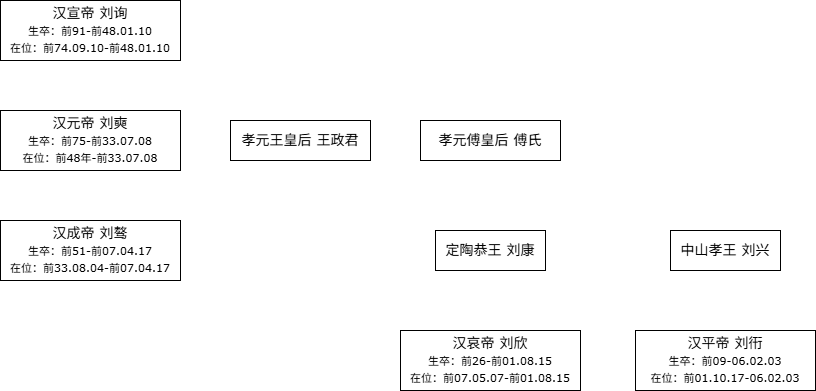
Before: pic/西汉历代皇帝.drawio.png, a diagram exported from draw.io (guxdong/imgrepo). Source tidied: cells renumbered, new cells last; positions are measured from the earlier drawing's top-left corner, leaving out a move shared by most shapes.
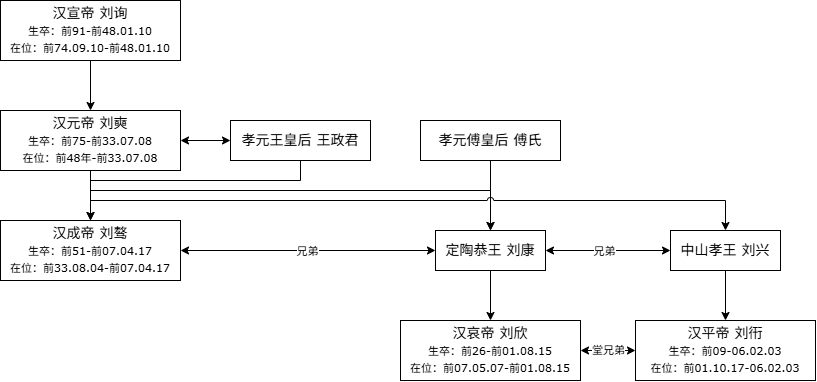
Later version of the same file.

Commit message:
更新西汉历代皇帝.drawio.png

The edit, as a diff of the source:
```diff
@@ -24,10 +24,76 @@
       <mxGeometry x="670" y="230" width="110" height="40" as="geometry" />
     </mxCell>
     <mxCell id="9" value="汉平帝 刘衎&lt;br&gt;&lt;div&gt;&lt;font style=&quot;font-size: 11px;&quot;&gt;生卒：前09-06.02.03&lt;/font&gt;&lt;/div&gt;&lt;div&gt;&lt;font style=&quot;font-size: 11px;&quot;&gt;在位：&lt;/font&gt;&lt;span style=&quot;background-color: transparent; font-size: 11px;&quot;&gt;前01.10.17-&lt;/span&gt;&lt;span style=&quot;background-color: transparent; font-size: 11px;&quot;&gt;06.02.03&lt;/span&gt;&lt;/div&gt;" style="rounded=0;whiteSpace=wrap;html=1;fontFamily=Verdana;fontSize=14;" parent="1" vertex="1">
-      <mxGeometry x="635" y="330" width="180" height="60" as="geometry" />
+      <mxGeometry x="635" y="320" width="180" height="60" as="geometry" />
     </mxCell>
     <mxCell id="10" value="汉哀帝 刘欣&lt;div&gt;&lt;font style=&quot;font-size: 11px;&quot;&gt;生卒：前26-前01.08.15&lt;/font&gt;&lt;/div&gt;&lt;div&gt;&lt;font style=&quot;font-size: 11px;&quot;&gt;在位：&lt;/font&gt;&lt;span style=&quot;background-color: transparent; font-size: 11px;&quot;&gt;前07.05.07-前01.08.15&lt;/span&gt;&lt;/div&gt;" style="rounded=0;whiteSpace=wrap;html=1;fontFamily=Verdana;fontSize=14;" parent="1" vertex="1">
-      <mxGeometry x="400" y="330" width="180" height="60" as="geometry" />
+      <mxGeometry x="400" y="320" width="180" height="60" as="geometry" />
     </mxCell>
+    <mxCell id="11" style="endArrow=classic;html=1;rounded=0;exitX=0.5;exitY=1;exitDx=0;exitDy=0;entryX=0.5;entryY=0;entryDx=0;entryDy=0;" parent="1" edge="1" source="2" target="3">
+      <mxGeometry relative="1" as="geometry" />
+    </mxCell>
+    <mxCell id="12" style="endArrow=classic;html=1;rounded=0;exitX=0.5;exitY=1;exitDx=0;exitDy=0;entryX=0.5;entryY=0;entryDx=0;entryDy=0;" parent="1" edge="1" source="3" target="6">
+      <mxGeometry relative="1" as="geometry" />
+    </mxCell>
+    <mxCell id="13" style="endArrow=classic;startArrow=classic;html=1;rounded=0;exitX=1;exitY=0.5;exitDx=0;exitDy=0;entryX=0;entryY=0.5;entryDx=0;entryDy=0;" parent="1" edge="1" source="3" target="4">
+      <mxGeometry relative="1" as="geometry" />
+    </mxCell>
+    <mxCell id="14" style="endArrow=classic;html=1;rounded=0;exitX=0.5;exitY=1;exitDx=0;exitDy=0;entryX=0.5;entryY=0;entryDx=0;entryDy=0;edgeStyle=orthogonalEdgeStyle;" parent="1" edge="1" source="4" target="6">
+      <mxGeometry relative="1" as="geometry">
+        <Array as="points">
+          <mxPoint x="300" y="180" />
+          <mxPoint x="90" y="180" />
+        </Array>
+      </mxGeometry>
+    </mxCell>
+    <mxCell id="15" style="endArrow=classic;html=1;rounded=0;exitX=0.5;exitY=1;exitDx=0;exitDy=0;entryX=0.5;entryY=0;entryDx=0;entryDy=0;edgeStyle=orthogonalEdgeStyle;jumpStyle=arc;" parent="1" edge="1" source="3" target="7">
+      <mxGeometry relative="1" as="geometry">
+        <Array as="points">
+          <mxPoint x="90" y="190" />
+          <mxPoint x="490" y="190" />
+        </Array>
+      </mxGeometry>
+    </mxCell>
+    <mxCell id="16" style="endArrow=classic;html=1;rounded=0;exitX=0.5;exitY=1;exitDx=0;exitDy=0;entryX=0.5;entryY=0;entryDx=0;entryDy=0;" parent="1" edge="1" source="5" target="7">
+      <mxGeometry relative="1" as="geometry" />
+    </mxCell>
+    <mxCell id="17" style="endArrow=classic;html=1;rounded=0;exitX=0.5;exitY=1;exitDx=0;exitDy=0;entryX=0.5;entryY=0;entryDx=0;entryDy=0;edgeStyle=orthogonalEdgeStyle;jumpStyle=arc;" parent="1" edge="1" source="3" target="8">
+      <mxGeometry relative="1" as="geometry">
+        <Array as="points">
+          <mxPoint x="90" y="200" />
+          <mxPoint x="725" y="200" />
+        </Array>
+      </mxGeometry>
+    </mxCell>
+    <mxCell id="18" style="endArrow=classic;startArrow=classic;html=1;rounded=0;exitX=1;exitY=0.5;exitDx=0;exitDy=0;entryX=0;entryY=0.5;entryDx=0;entryDy=0;" parent="1" edge="1" source="6" target="7">
+      <mxGeometry relative="1" as="geometry" />
+    </mxCell>
+    <mxCell id="19" value="&lt;font face=&quot;Verdana&quot;&gt;兄弟&lt;/font&gt;" style="edgeLabel;html=1;align=center;verticalAlign=middle;" parent="18" vertex="1">
+      <mxGeometry x="-0.02" relative="1" as="geometry">
+        <mxPoint x="1" as="offset" />
+      </mxGeometry>
+    </mxCell>
+    <mxCell id="20" style="endArrow=classic;startArrow=classic;html=1;rounded=0;exitX=1;exitY=0.5;exitDx=0;exitDy=0;entryX=0;entryY=0.5;entryDx=0;entryDy=0;" parent="1" edge="1" source="7" target="8">
+      <mxGeometry relative="1" as="geometry" />
+    </mxCell>
+    <mxCell id="21" value="&lt;font face=&quot;Verdana&quot;&gt;兄弟&lt;/font&gt;" style="edgeLabel;html=1;align=center;verticalAlign=middle;" parent="20" vertex="1">
+      <mxGeometry x="-0.08" y="1" relative="1" as="geometry">
+        <mxPoint y="1" as="offset" />
+      </mxGeometry>
+    </mxCell>
+    <mxCell id="22" style="endArrow=classic;html=1;rounded=0;exitX=0.5;exitY=1;exitDx=0;exitDy=0;entryX=0.5;entryY=0;entryDx=0;entryDy=0;" parent="1" edge="1" source="7" target="10">
+      <mxGeometry relative="1" as="geometry" />
+    </mxCell>
+    <mxCell id="23" style="endArrow=classic;html=1;rounded=0;exitX=0.5;exitY=1;exitDx=0;exitDy=0;entryX=0.5;entryY=0;entryDx=0;entryDy=0;" parent="1" edge="1" source="8" target="9">
+      <mxGeometry relative="1" as="geometry" />
+    </mxCell>
+    <mxCell id="24" style="endArrow=classic;startArrow=classic;html=1;rounded=0;exitX=1;exitY=0.5;exitDx=0;exitDy=0;entryX=0;entryY=0.5;entryDx=0;entryDy=0;" parent="1" edge="1" source="10" target="9">
+      <mxGeometry relative="1" as="geometry" />
+    </mxCell>
+    <mxCell id="25" value="&lt;font face=&quot;Verdana&quot;&gt;堂兄弟&lt;/font&gt;" style="edgeLabel;html=1;align=center;verticalAlign=middle;" parent="24" vertex="1">
+      <mxGeometry x="0.04" y="1" relative="1" as="geometry">
+        <mxPoint x="-2" as="offset" />
+      </mxGeometry>
+    </mxCell>
   </root>
 </mxGraphModel>
```
